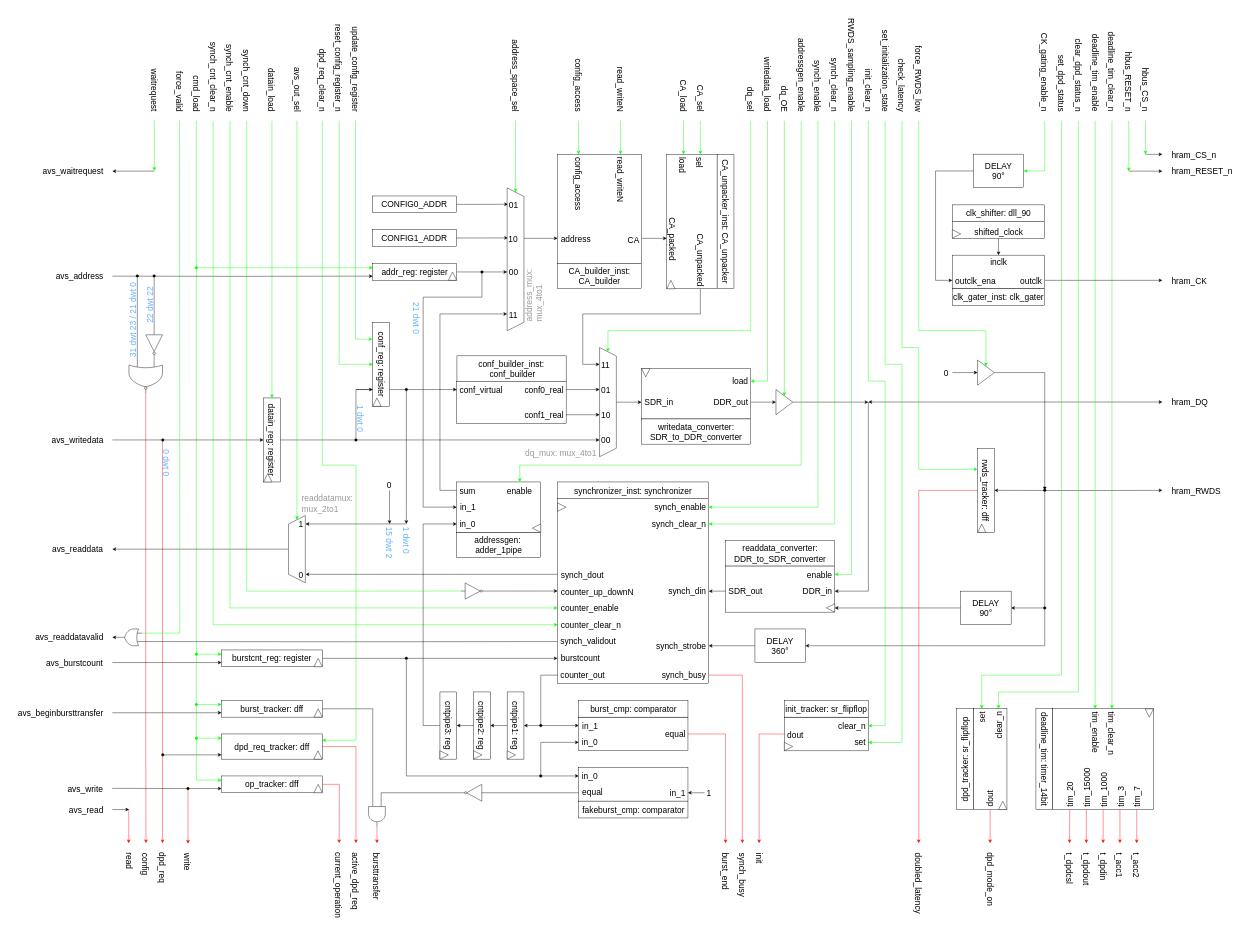
Earlier version of the draw.io diagram page "RTL" (2 of 8) of hyperram_system/ip/avs_to_hram_converter/schematics/avs_to_hram_converter.drawio (AndreaBononi/Intel_Cyclone10LP_systems). Source tidied: cells renumbered, new cells numbered last; positions are measured from the earlier drawing's top-left corner, leaving out a move shared by most shapes. Both pictures are drawn from the tidied source at 42%, with x=0, y=0 at pixel (7, 51).
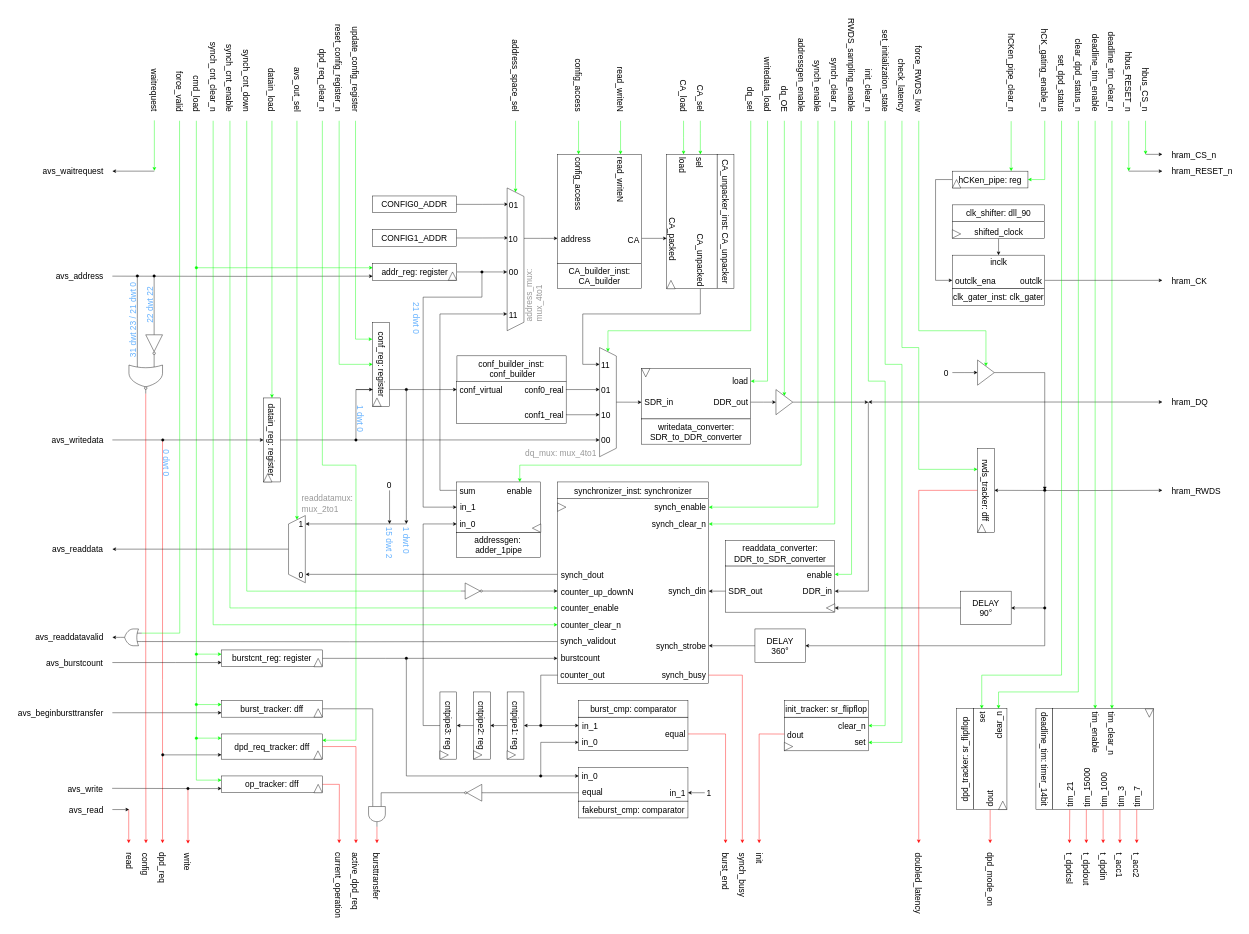
The same page after the edit.

Unchanged cells that the change refers to:
```xml
<mxCell id="72" style="rounded=0;whiteSpace=wrap;html=1;fontSize=20;rotation=0;" parent="1" vertex="1">
  <mxGeometry x="2250" y="485" width="220" height="80" as="geometry" />
</mxCell>
```

The edit, as a diff of the source:
```diff
@@
-    <mxCell id="35" style="edgeStyle=orthogonalEdgeStyle;rounded=0;jettySize=auto;html=1;strokeColor=default;entryX=0;entryY=0.75;entryDx=0;entryDy=0;exitX=0;exitY=0.5;exitDx=0;exitDy=0;" parent="1" edge="1" source="337" target="72">
+    <mxCell id="35" style="edgeStyle=orthogonalEdgeStyle;rounded=0;jettySize=auto;html=1;strokeColor=default;entryX=0;entryY=0.75;entryDx=0;entryDy=0;exitX=0.5;exitY=1;exitDx=0;exitDy=0;" parent="1" edge="1" source="341" target="72">
       <mxGeometry relative="1" as="geometry">
         <Array as="points">
-          <mxPoint x="2210" y="285" />
+          <mxPoint x="2210" y="305" />
           <mxPoint x="2210" y="545" />
         </Array>
       </mxGeometry>
     </mxCell>
-    <mxCell id="36" value="&lt;font style=&quot;font-size: 20px;&quot;&gt;CK_gating_enable_n&lt;/font&gt;" style="text;html=1;align=right;verticalAlign=middle;strokeColor=none;fillColor=none;rotation=90;fontSize=15;" parent="1" vertex="1">
-      <mxGeometry x="2364" y="19.1" width="210" height="40" as="geometry" />
+    <mxCell id="36" value="&lt;font style=&quot;font-size: 20px;&quot;&gt;hCK_gating_enable_n&lt;/font&gt;" style="text;html=1;align=right;verticalAlign=middle;strokeColor=none;fillColor=none;rotation=90;fontSize=15;" parent="1" vertex="1">
+      <mxGeometry x="2360" y="15.1" width="220" height="40" as="geometry" />
     </mxCell>
@@
-    <mxCell id="103" value="tim_20" style="text;html=1;align=left;verticalAlign=middle;strokeColor=none;fillColor=none;fontSize=20;rotation=-90;" parent="1" vertex="1">
+    <mxCell id="103" value="tim_21" style="text;html=1;align=left;verticalAlign=middle;strokeColor=none;fillColor=none;fontSize=20;rotation=-90;" parent="1" vertex="1">
       <mxGeometry x="2490" y="1740.8" width="80" height="40" as="geometry" />
     </mxCell>
@@
-    <mxCell id="336" style="edgeStyle=orthogonalEdgeStyle;rounded=0;jettySize=auto;html=1;entryX=1;entryY=0.5;entryDx=0;entryDy=0;strokeColor=#00FF00;" parent="1" edge="1" target="337">
+    <mxCell id="336" style="edgeStyle=orthogonalEdgeStyle;rounded=0;jettySize=auto;html=1;entryX=0.5;entryY=0;entryDx=0;entryDy=0;strokeColor=#00FF00;" parent="1" edge="1" target="341">
       <mxGeometry relative="1" as="geometry">
         <mxPoint x="2470" y="165" as="sourcePoint" />
         <Array as="points">
-          <mxPoint x="2470" y="284" />
+          <mxPoint x="2470" y="305" />
         </Array>
       </mxGeometry>
     </mxCell>
-    <mxCell id="337" value="&lt;div&gt;DELAY&lt;/div&gt;&lt;div&gt;90°&lt;br&gt;&lt;/div&gt;" style="rounded=0;whiteSpace=wrap;html=1;fontSize=20;" parent="1" vertex="1">
-      <mxGeometry x="2300" y="244.5" width="120" height="80" as="geometry" />
-    </mxCell>
@@
+    <mxCell id="340" style="edgeStyle=orthogonalEdgeStyle;rounded=0;orthogonalLoop=1;jettySize=auto;html=1;strokeColor=#00FF00;" parent="1" edge="1">
+      <mxGeometry relative="1" as="geometry">
+        <mxPoint x="2390" y="166" as="sourcePoint" />
+        <mxPoint x="2390" y="285" as="targetPoint" />
+      </mxGeometry>
+    </mxCell>
+    <mxCell id="341" value="&lt;font style=&quot;font-size: 20px;&quot;&gt;hCKen_pipe: reg&lt;/font&gt;" style="rounded=0;whiteSpace=wrap;html=1;horizontal=1;direction=south;fontSize=20;rotation=0;align=center;" parent="1" vertex="1">
+      <mxGeometry x="2250" y="285" width="180" height="40" as="geometry" />
+    </mxCell>
+    <mxCell id="342" style="triangle;whiteSpace=wrap;html=1;direction=west;fontSize=20;rotation=90;align=center;" parent="1" vertex="1">
+      <mxGeometry x="2250" y="305" width="20" height="20" as="geometry" />
+    </mxCell>
+    <mxCell id="343" value="&lt;font style=&quot;font-size: 20px;&quot;&gt;hCKen_pipe_clear_n&lt;/font&gt;" style="text;html=1;align=right;verticalAlign=middle;strokeColor=none;fillColor=none;rotation=90;fontSize=15;" parent="1" vertex="1">
+      <mxGeometry x="2285" y="20" width="210" height="40" as="geometry" />
+    </mxCell>
```
